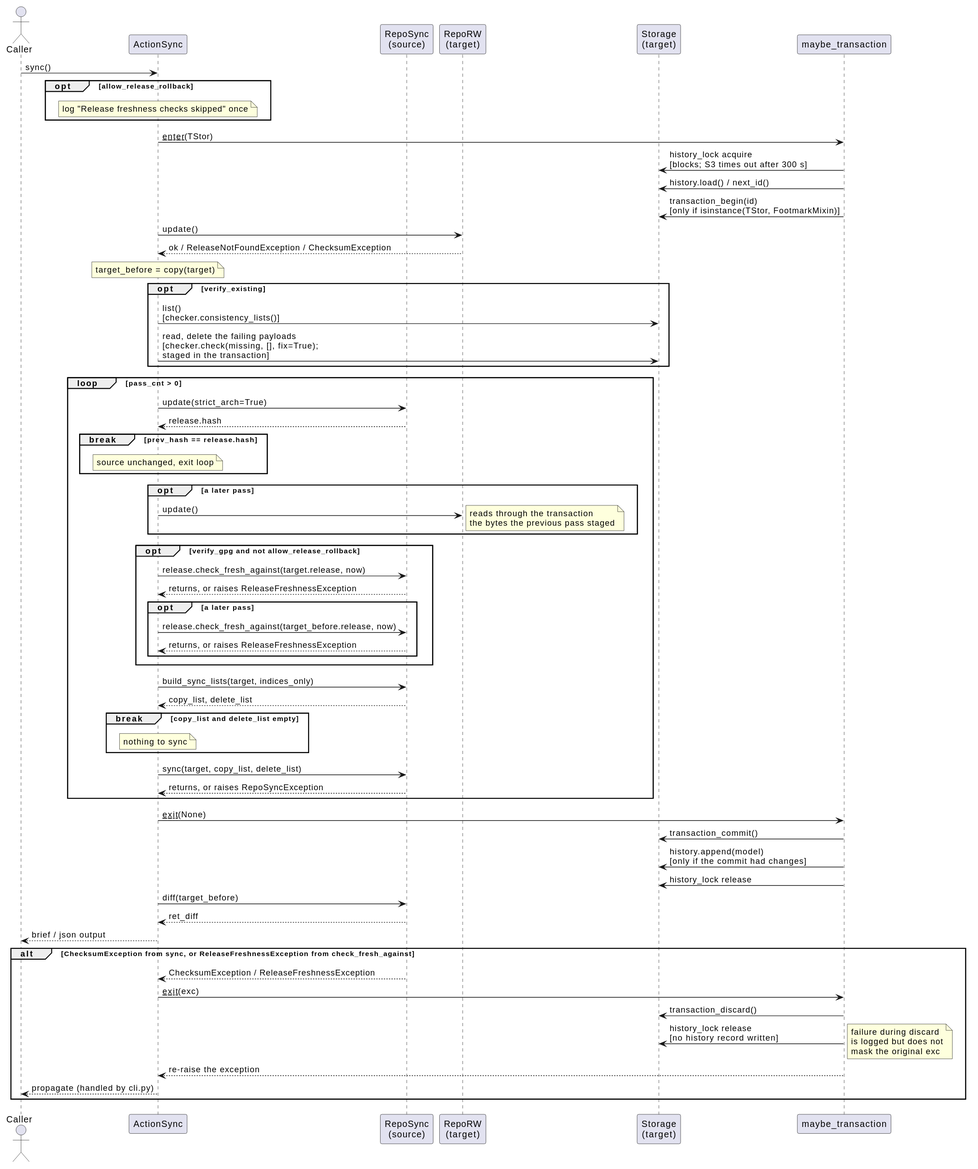
Before: docs/development/diagrams/action-sync-sequence.svg, a diagram exported from PlantUML (vinklat/debkit). Its source is kept beside it as docs/development/diagrams/action-sync-sequence.puml.
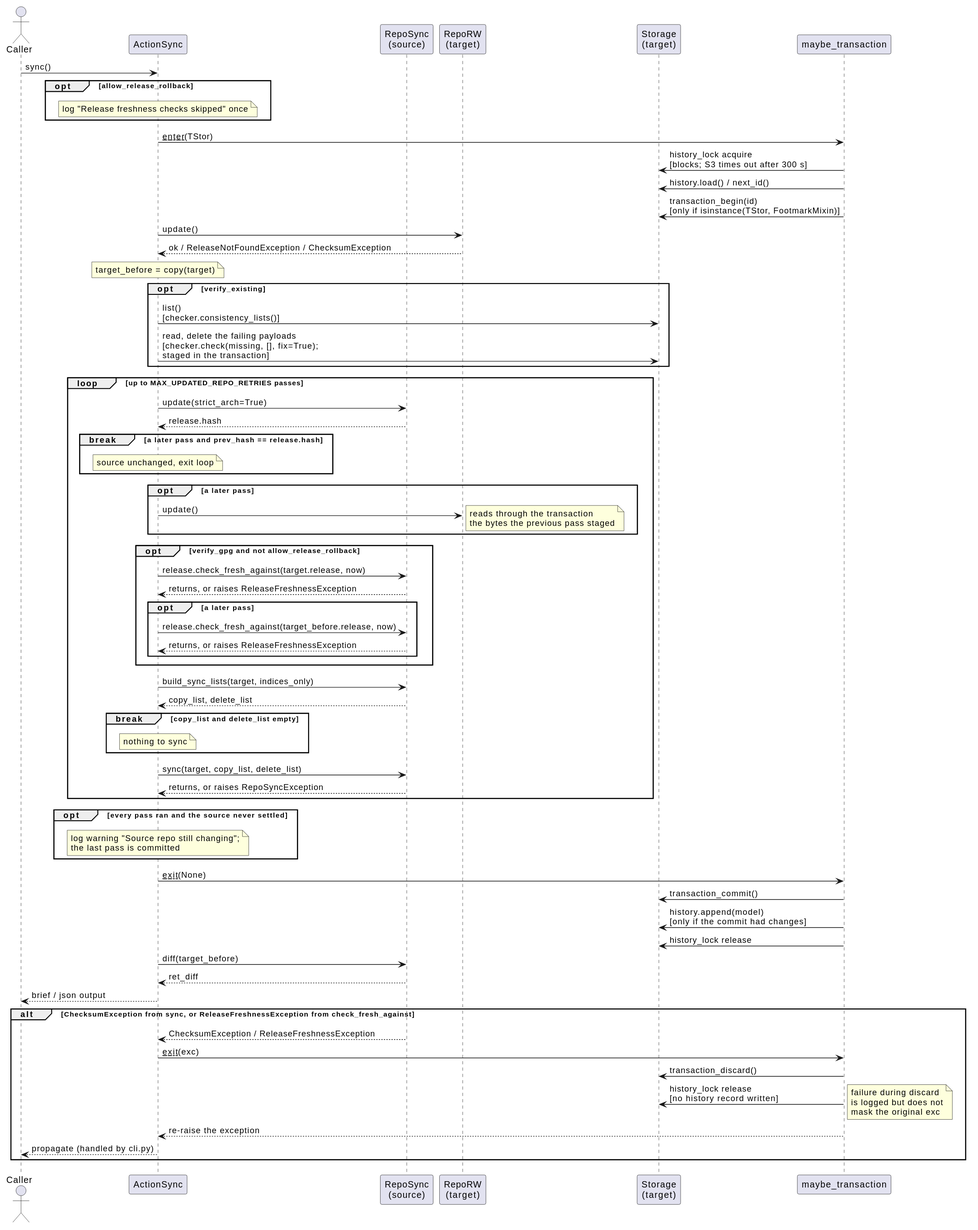
Above is the later version.

Commit message:
Warn when the sync source never settles

The edit, as a diff of the source:
```diff
@@ -26,10 +26,10 @@
   ActionSync -> TStor: read, delete the failing payloads\n[checker.check(missing, [], fix=True);\nstaged in the transaction]
 end
 
-loop pass_cnt > 0
+loop up to MAX_UPDATED_REPO_RETRIES passes
   ActionSync -> Src: update(strict_arch=True)
   Src --> ActionSync: release.hash
-  break prev_hash == release.hash
+  break a later pass and prev_hash == release.hash
     note over ActionSync: source unchanged, exit loop
   end
 
@@ -57,6 +57,10 @@
   Src --> ActionSync: returns, or raises RepoSyncException
 end
 
+opt every pass ran and the source never settled
+  note over ActionSync: log warning "Source repo still changing";\nthe last pass is committed
+end
+
 ActionSync -> CM: __exit__(None)
 CM -> TStor: transaction_commit()
 CM -> TStor: history.append(model)\n[only if the commit had changes]
```
